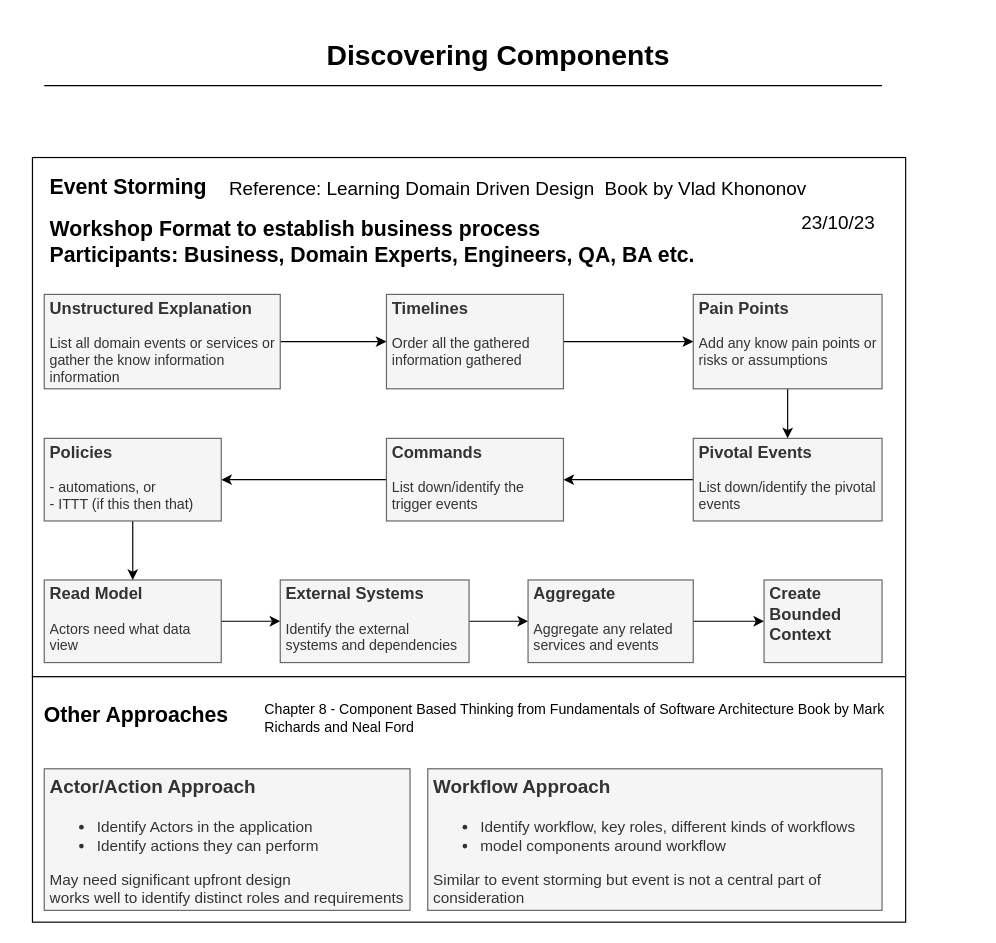
The draw.io diagram page "3. Event Storming" (4 of 6) of SolutionArchitectureProcess.drawio in Gaur4vGaur/probable-octo, before the edit. Source tidied: cells renumbered, new cells numbered last; positions are measured from the earlier drawing's top-left corner, leaving out a move shared by most shapes. Both pictures are drawn from the tidied source at 118%, with x=0, y=0 at pixel (20, 38).
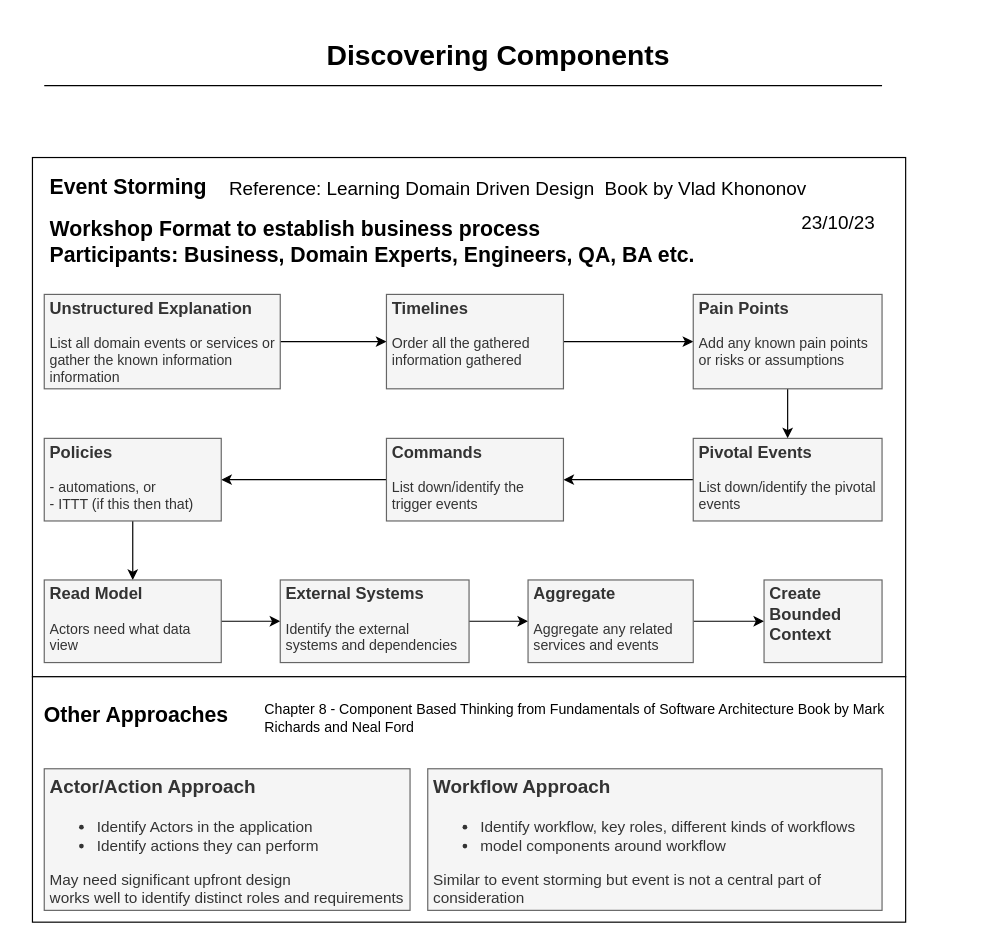
Above is the later version.

Diff of the diagram source:
```diff
@@
-    <mxCell id="9" value="&lt;h3&gt;Unstructured Explanation&lt;/h3&gt;&lt;p&gt;List all domain events or services or gather the know information information&amp;nbsp;&lt;/p&gt;" style="text;html=1;strokeColor=#666666;fillColor=#f5f5f5;spacing=5;spacingTop=-20;whiteSpace=wrap;overflow=hidden;rounded=0;fontColor=#333333;" parent="1" vertex="1">
+    <mxCell id="9" value="&lt;h3&gt;Unstructured Explanation&lt;/h3&gt;&lt;p&gt;List all domain events or services or gather the known information information&amp;nbsp;&lt;/p&gt;" style="text;html=1;strokeColor=#666666;fillColor=#f5f5f5;spacing=5;spacingTop=-20;whiteSpace=wrap;overflow=hidden;rounded=0;fontColor=#333333;" parent="1" vertex="1">
       <mxGeometry x="20" y="217" width="200" height="80" as="geometry" />
     </mxCell>
@@
-    <mxCell id="13" value="&lt;h3&gt;Pain Points&lt;/h3&gt;&lt;p&gt;Add any know pain points or risks or assumptions&lt;/p&gt;" style="text;html=1;strokeColor=#666666;fillColor=#f5f5f5;spacing=5;spacingTop=-20;whiteSpace=wrap;overflow=hidden;rounded=0;fontColor=#333333;" parent="1" vertex="1">
+    <mxCell id="13" value="&lt;h3&gt;Pain Points&lt;/h3&gt;&lt;p&gt;Add any known pain points or risks or assumptions&lt;/p&gt;" style="text;html=1;strokeColor=#666666;fillColor=#f5f5f5;spacing=5;spacingTop=-20;whiteSpace=wrap;overflow=hidden;rounded=0;fontColor=#333333;" parent="1" vertex="1">
       <mxGeometry x="570" y="217" width="160" height="80" as="geometry" />
     </mxCell>
```
